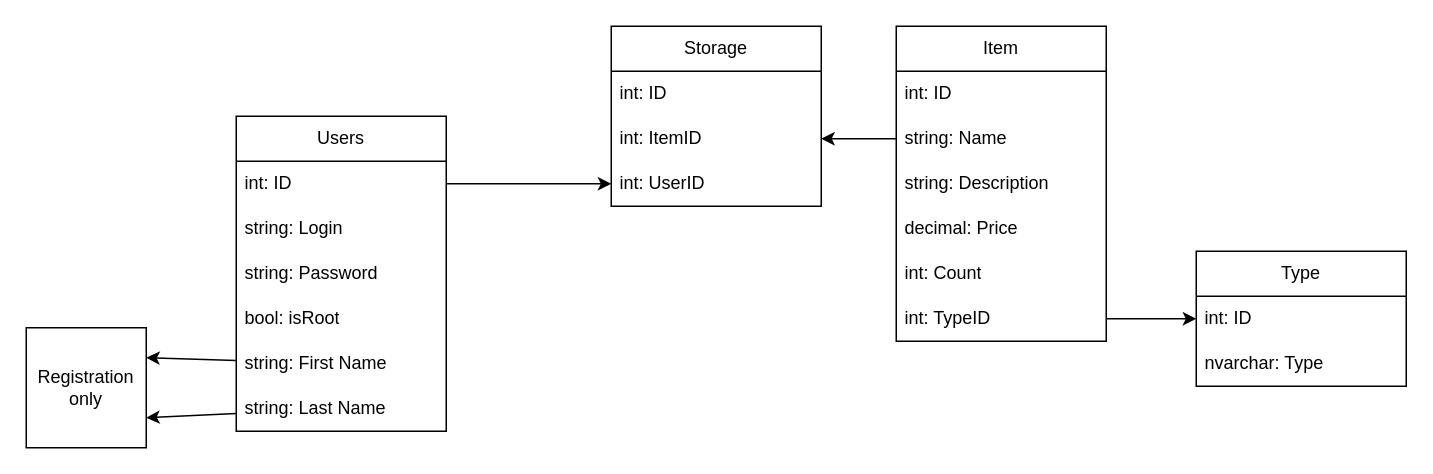
Before: database.drawio in mykytatishkin/Satisfactory, a draw.io diagram. Source tidied: cells renumbered, new cells numbered last; positions are measured from the earlier drawing's top-left corner, leaving out a move shared by most shapes. Both pictures are drawn from the tidied source at 150%, with x=0, y=0 at pixel (26, 26).
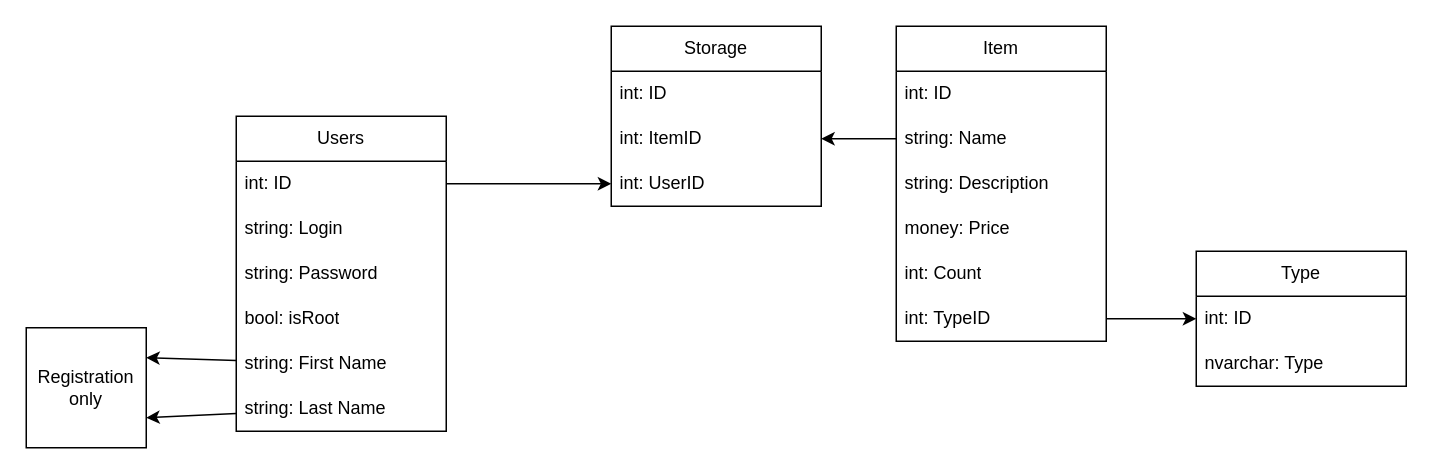
The same page after the edit.

Commit message:
item money update

Unchanged cells that the change refers to:
```xml
<mxCell id="9" value="Item" style="swimlane;fontStyle=0;horizontal=1;startSize=30;whiteSpace=wrap;html=1;" parent="1" vertex="1">
  <mxGeometry x="580" width="140" height="210" as="geometry" />
</mxCell>
```

What changed in the source:
```diff
@@
-    <mxCell id="13" value="decimal: Price" style="text;strokeColor=none;fillColor=none;align=left;verticalAlign=middle;spacingLeft=4;spacingRight=4;overflow=hidden;whiteSpace=wrap;html=1;" parent="9" vertex="1">
+    <mxCell id="13" value="money: Price" style="text;strokeColor=none;fillColor=none;align=left;verticalAlign=middle;spacingLeft=4;spacingRight=4;overflow=hidden;whiteSpace=wrap;html=1;" parent="9" vertex="1">
       <mxGeometry y="120" width="140" height="30" as="geometry" />
     </mxCell>
```
